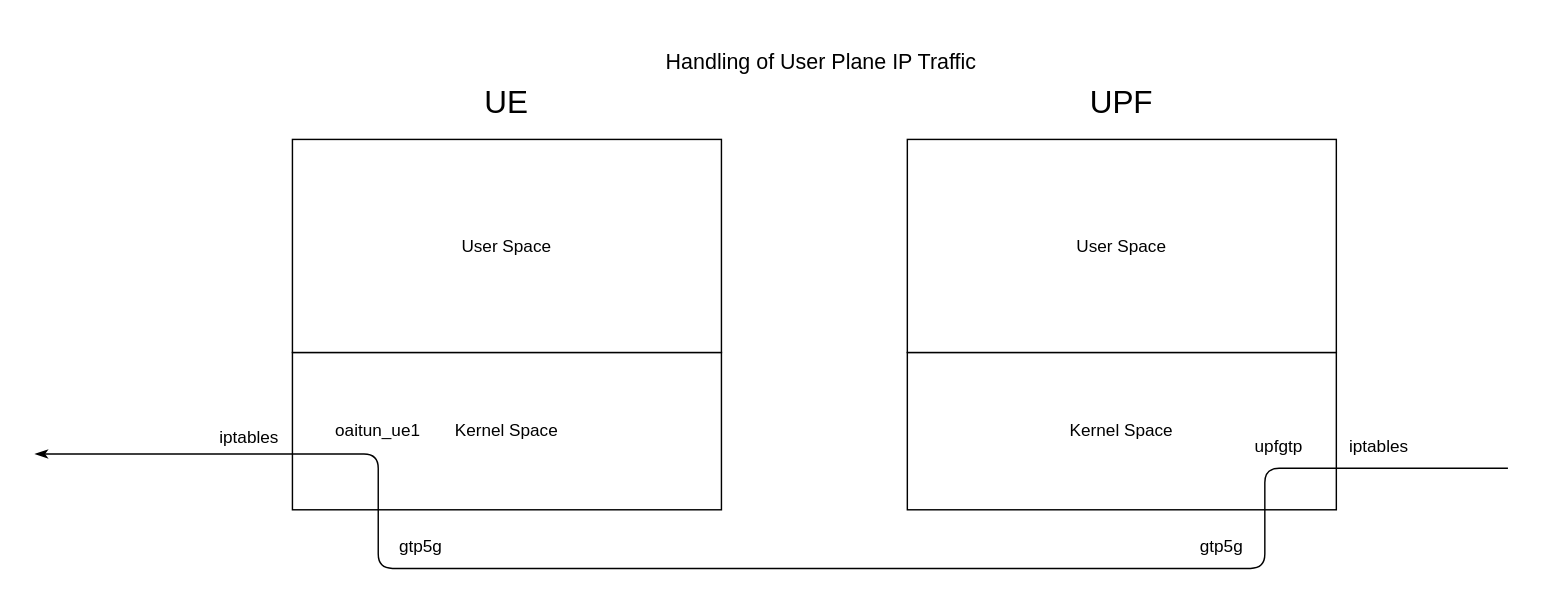
Before: docs/latency_considerations.drawio in ottoblep/tsn-5g-testbench, a draw.io diagram. Source tidied: cells renumbered, new cells numbered last; positions are measured from the earlier drawing's top-left corner, leaving out a move shared by most shapes. Both pictures are drawn from the tidied source at 143%, with x=0, y=0 at pixel (34, 24).
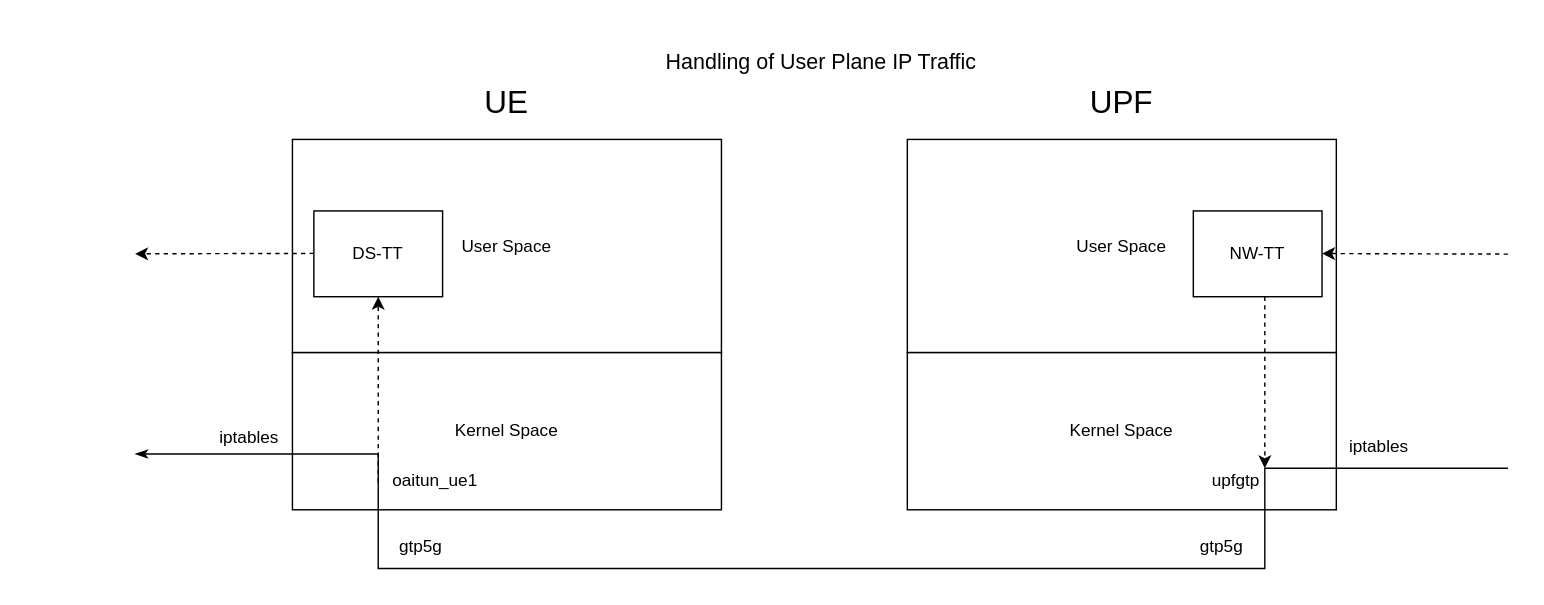
The same diagram, later.

Commit message (it also covers changes not shown here):
Update latency diagram

Diff of the diagram source:
```diff
@@
-    <mxCell id="8" style="endArrow=classicThin;html=1;rounded=1;endFill=1;" parent="1" edge="1">
+    <mxCell id="8" style="endArrow=classicThin;html=1;rounded=0;endFill=1;" parent="1" edge="1">
       <mxGeometry relative="1" as="geometry">
         <mxPoint x="1030" y="310" as="sourcePoint" />
-        <mxPoint y="300" as="targetPoint" />
+        <mxPoint x="70" y="300" as="targetPoint" />
         <Array as="points">
           <mxPoint x="860" y="310" />
           <mxPoint x="860" y="380" />
           <mxPoint x="240" y="380" />
           <mxPoint x="240" y="300" />
         </Array>
       </mxGeometry>
     </mxCell>
     <mxCell id="9" value="upfgtp" style="text;html=1;strokeColor=none;fillColor=none;align=center;verticalAlign=middle;whiteSpace=wrap;rounded=0;" parent="1" vertex="1">
-      <mxGeometry x="840" y="280" width="60" height="30" as="geometry" />
+      <mxGeometry x="810" y="304" width="60" height="30" as="geometry" />
     </mxCell>
     <mxCell id="10" value="oaitun_ue1" style="text;html=1;strokeColor=none;fillColor=none;align=center;verticalAlign=middle;whiteSpace=wrap;rounded=0;" parent="1" vertex="1">
-      <mxGeometry x="210" y="269" width="60" height="30" as="geometry" />
+      <mxGeometry x="250" y="304" width="60" height="30" as="geometry" />
     </mxCell>
@@
+    <mxCell id="16" value="DS-TT" style="rounded=0;whiteSpace=wrap;html=1;" parent="1" vertex="1">
+      <mxGeometry x="195" y="130" width="90" height="60" as="geometry" />
+    </mxCell>
+    <mxCell id="17" style="endArrow=classic;html=1;rounded=0;entryX=1;entryY=0.25;entryDx=0;entryDy=0;dashed=1;" parent="1" edge="1">
+      <mxGeometry relative="1" as="geometry">
+        <mxPoint x="1030" y="160.2" as="sourcePoint" />
+        <mxPoint x="900" y="159.8" as="targetPoint" />
+      </mxGeometry>
+    </mxCell>
+    <mxCell id="18" style="endArrow=classic;html=1;rounded=0;dashed=1;" parent="1" edge="1">
+      <mxGeometry relative="1" as="geometry">
+        <mxPoint x="860" y="190" as="sourcePoint" />
+        <mxPoint x="860" y="310" as="targetPoint" />
+      </mxGeometry>
+    </mxCell>
+    <mxCell id="19" style="endArrow=classic;html=1;rounded=0;entryX=0.5;entryY=1;entryDx=0;entryDy=0;dashed=1;" parent="1" edge="1" target="16">
+      <mxGeometry relative="1" as="geometry">
+        <mxPoint x="240" y="320" as="sourcePoint" />
+      </mxGeometry>
+    </mxCell>
+    <mxCell id="20" style="endArrow=classic;html=1;rounded=0;dashed=1;" parent="1" edge="1">
+      <mxGeometry relative="1" as="geometry">
+        <mxPoint x="195" y="159.7" as="sourcePoint" />
+        <mxPoint x="70" y="160" as="targetPoint" />
+      </mxGeometry>
+    </mxCell>
+    <mxCell id="21" value="NW-TT" style="rounded=0;whiteSpace=wrap;html=1;" parent="1" vertex="1">
+      <mxGeometry x="810" y="130" width="90" height="60" as="geometry" />
+    </mxCell>
```
